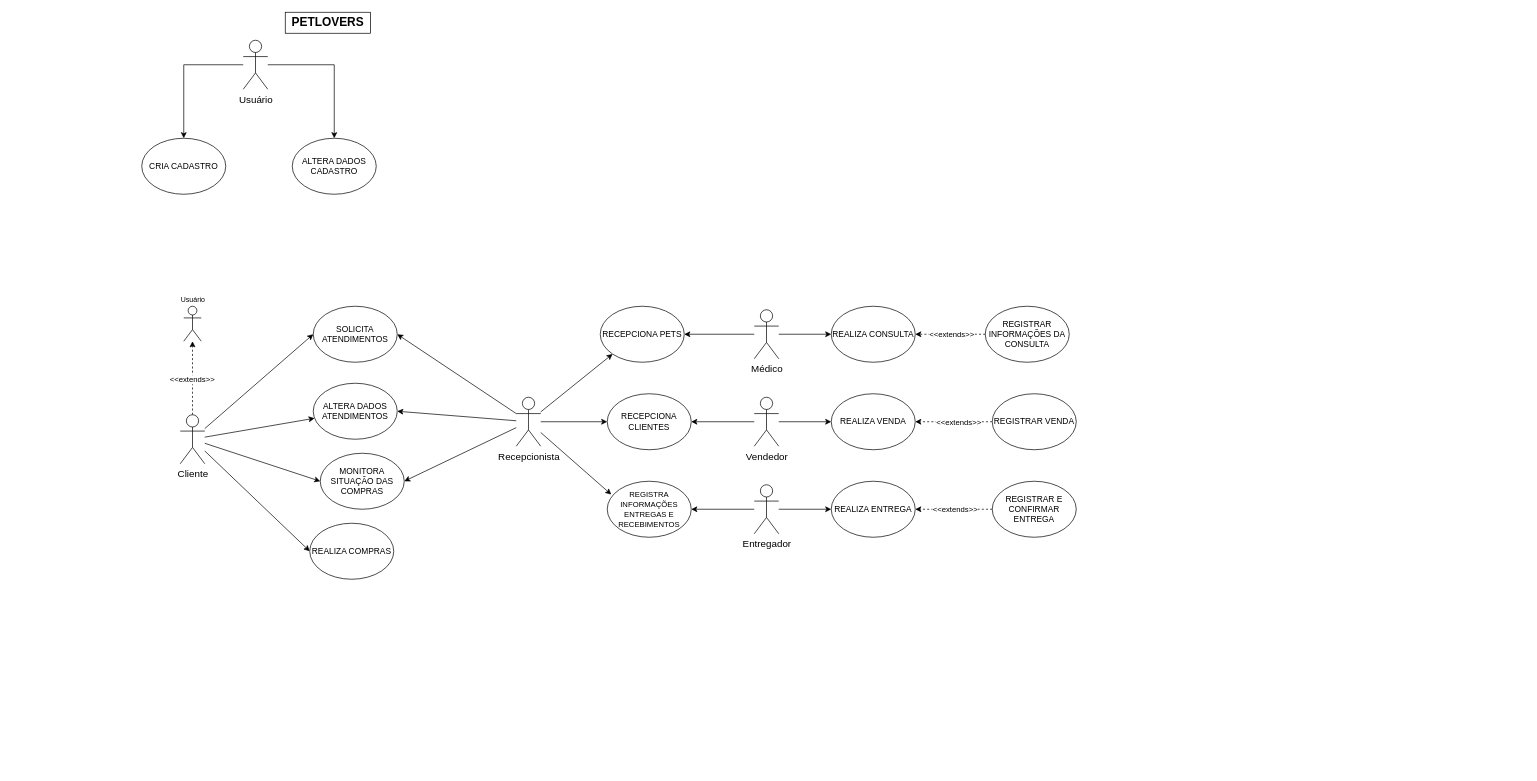
This is diagrams/use_case_diagram.drawio from MatheusFreitas98/PetLovers, a draw.io file, before an edit. Source tidied: cells renumbered, new cells numbered last; positions are measured from the earlier drawing's top-left corner, leaving out a move shared by most shapes. Both pictures are drawn from the tidied source at 70%, with x=0, y=0 at pixel (141, 12).
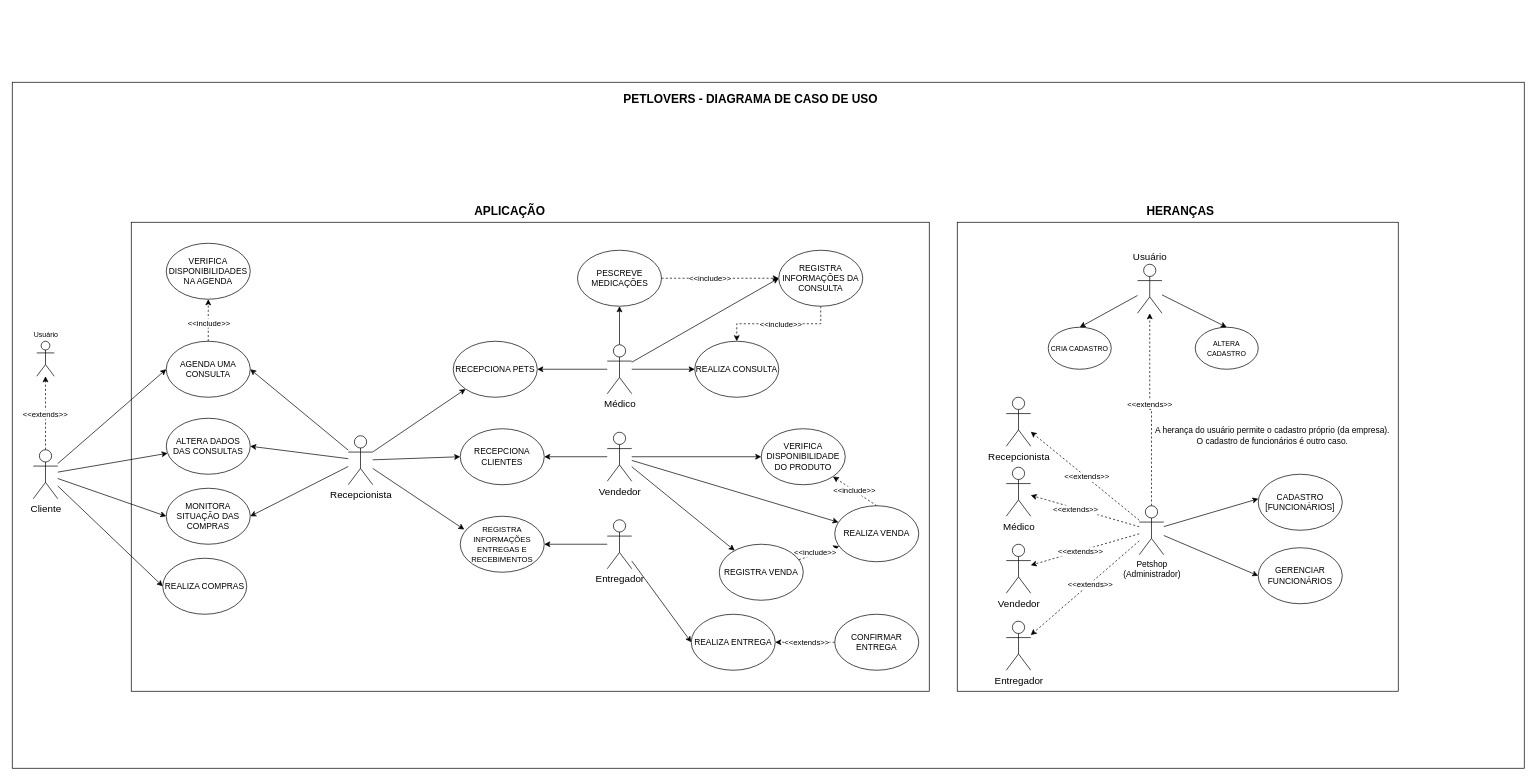
The same page after the edit.

Change to the diagram source:
```diff
@@
+    <mxCell id="51" style="rounded=0;whiteSpace=wrap;html=1;glass=0;fillColor=none;" parent="1" vertex="1">
+      <mxGeometry x="-185" y="100" width="2160" height="980" as="geometry" />
+    </mxCell>
+    <mxCell id="52" style="rounded=0;whiteSpace=wrap;html=1;glass=0;fillColor=none;" parent="1" vertex="1">
+      <mxGeometry x="1165" y="300" width="630" height="670" as="geometry" />
+    </mxCell>
+    <mxCell id="53" style="rounded=0;whiteSpace=wrap;html=1;glass=0;fillColor=none;" parent="1" vertex="1">
+      <mxGeometry x="-15" y="300" width="1140" height="670" as="geometry" />
+    </mxCell>
@@
     <mxCell id="8" value="&lt;font style=&quot;font-size: 14px;&quot;&gt;Cliente&lt;/font&gt;" style="shape=umlActor;verticalLabelPosition=bottom;verticalAlign=top;html=1;outlineConnect=0;strokeWidth=1;strokeColor=default;" parent="1" vertex="1">
-      <mxGeometry x="55" y="575" width="35" height="70" as="geometry" />
+      <mxGeometry x="-155" y="625" width="35" height="70" as="geometry" />
     </mxCell>
-    <mxCell id="9" value="CRIA CADASTRO" style="ellipse;whiteSpace=wrap;html=1;strokeWidth=1;strokeColor=default;" parent="1" vertex="1">
-      <mxGeometry y="180" width="120" height="80" as="geometry" />
+    <mxCell id="9" value="&lt;font style=&quot;font-size: 10px;&quot;&gt;CRIA CADASTRO&lt;/font&gt;" style="ellipse;whiteSpace=wrap;html=1;strokeWidth=1;strokeColor=default;" parent="1" vertex="1">
+      <mxGeometry x="1295" y="450" width="90" height="60" as="geometry" />
     </mxCell>
     <mxCell id="10" value="REALIZA COMPRAS" style="ellipse;whiteSpace=wrap;html=1;strokeWidth=1;strokeColor=default;" parent="1" vertex="1">
-      <mxGeometry x="240" y="730" width="120" height="80" as="geometry" />
+      <mxGeometry x="30" y="780" width="120" height="80" as="geometry" />
     </mxCell>
@@
     <mxCell id="17" value="&lt;span style=&quot;font-size: 14px;&quot;&gt;Recepcionista&lt;br&gt;&lt;/span&gt;" style="shape=umlActor;verticalLabelPosition=bottom;verticalAlign=top;html=1;outlineConnect=0;strokeWidth=1;strokeColor=default;" parent="1" vertex="1">
-      <mxGeometry x="535" y="550" width="35" height="70" as="geometry" />
+      <mxGeometry x="295" y="605" width="35" height="70" as="geometry" />
     </mxCell>
+    <mxCell id="54" style="edgeStyle=orthogonalEdgeStyle;rounded=0;jettySize=auto;html=1;entryX=0.5;entryY=1;entryDx=0;entryDy=0;dashed=1;" parent="1" edge="1" source="18" target="62">
+      <mxGeometry relative="1" as="geometry" />
+    </mxCell>
+    <mxCell id="55" value="&amp;lt;&amp;lt;include&amp;gt;&amp;gt;" style="edgeLabel;html=1;align=center;verticalAlign=middle;" parent="54" vertex="1">
+      <mxGeometry x="-0.09" relative="1" as="geometry" />
+    </mxCell>
-    <mxCell id="18" value="SOLICITA ATENDIMENTOS" style="ellipse;whiteSpace=wrap;html=1;strokeWidth=1;strokeColor=default;" parent="1" vertex="1">
-      <mxGeometry x="245" y="420" width="120" height="80" as="geometry" />
+    <mxCell id="18" value="AGENDA UMA CONSULTA" style="ellipse;whiteSpace=wrap;html=1;strokeWidth=1;strokeColor=default;" parent="1" vertex="1">
+      <mxGeometry x="35" y="470" width="120" height="80" as="geometry" />
     </mxCell>
-    <mxCell id="19" value="&lt;font style=&quot;font-size: 17px;&quot;&gt;&lt;b&gt;PETLOVERS&lt;/b&gt;&lt;/font&gt;" style="text;html=1;strokeColor=default;fillColor=none;align=center;verticalAlign=middle;whiteSpace=wrap;rounded=0;strokeWidth=1;" parent="1" vertex="1">
-      <mxGeometry x="205" width="122" height="30" as="geometry" />
+    <mxCell id="19" value="&lt;span style=&quot;font-size: 17px;&quot;&gt;&lt;b&gt;APLICAÇÃO&lt;/b&gt;&lt;/span&gt;" style="text;html=1;strokeColor=none;fillColor=none;align=center;verticalAlign=middle;whiteSpace=wrap;rounded=0;strokeWidth=1;" parent="1" vertex="1">
+      <mxGeometry x="465" y="270" width="122" height="30" as="geometry" />
     </mxCell>
-    <mxCell id="20" value="ALTERA DADOS CADASTRO" style="ellipse;whiteSpace=wrap;html=1;strokeWidth=1;strokeColor=default;" parent="1" vertex="1">
-      <mxGeometry x="215" y="180" width="120" height="80" as="geometry" />
+    <mxCell id="20" value="&lt;font style=&quot;font-size: 10px;&quot;&gt;ALTERA CADASTRO&lt;/font&gt;" style="ellipse;whiteSpace=wrap;html=1;strokeWidth=1;strokeColor=default;" parent="1" vertex="1">
+      <mxGeometry x="1505" y="450" width="90" height="60" as="geometry" />
     </mxCell>
     <mxCell id="21" value="&lt;font style=&quot;font-size: 11px;&quot;&gt;REGISTRA INFORMAÇÕES ENTREGAS E RECEBIMENTOS&lt;/font&gt;" style="ellipse;whiteSpace=wrap;html=1;strokeWidth=1;strokeColor=default;" parent="1" vertex="1">
-      <mxGeometry x="665" y="670" width="120" height="80" as="geometry" />
+      <mxGeometry x="455" y="720" width="120" height="80" as="geometry" />
     </mxCell>
@@
+    <mxCell id="56" style="rounded=0;jettySize=auto;html=1;entryX=0;entryY=0.5;entryDx=0;entryDy=0;" parent="1" edge="1" source="24" target="46">
+      <mxGeometry relative="1" as="geometry" />
+    </mxCell>
+    <mxCell id="57" style="edgeStyle=orthogonalEdgeStyle;rounded=0;jettySize=auto;html=1;" parent="1" edge="1" source="24" target="66">
+      <mxGeometry relative="1" as="geometry" />
+    </mxCell>
     <mxCell id="24" value="&lt;font style=&quot;font-size: 14px;&quot;&gt;Médico&lt;/font&gt;" style="shape=umlActor;verticalLabelPosition=bottom;verticalAlign=top;html=1;outlineConnect=0;strokeWidth=1;strokeColor=default;" parent="1" vertex="1">
-      <mxGeometry x="875" y="425" width="35" height="70" as="geometry" />
+      <mxGeometry x="665" y="475" width="35" height="70" as="geometry" />
     </mxCell>
@@
+    <mxCell id="58" style="rounded=0;jettySize=auto;html=1;" parent="1" edge="1" source="27" target="43">
+      <mxGeometry relative="1" as="geometry" />
+    </mxCell>
+    <mxCell id="59" style="rounded=0;jettySize=auto;html=1;entryX=0;entryY=0.5;entryDx=0;entryDy=0;" parent="1" edge="1" source="27" target="67">
+      <mxGeometry relative="1" as="geometry" />
+    </mxCell>
     <mxCell id="27" value="&lt;font style=&quot;font-size: 14px;&quot;&gt;Vendedor&lt;/font&gt;" style="shape=umlActor;verticalLabelPosition=bottom;verticalAlign=top;html=1;outlineConnect=0;strokeWidth=1;strokeColor=default;" parent="1" vertex="1">
-      <mxGeometry x="875" y="550" width="35" height="70" as="geometry" />
+      <mxGeometry x="665" y="600" width="35" height="70" as="geometry" />
     </mxCell>
-    <mxCell id="28" value="ALTERA DADOS ATENDIMENTOS" style="ellipse;whiteSpace=wrap;html=1;strokeWidth=1;strokeColor=default;" parent="1" vertex="1">
-      <mxGeometry x="245" y="530" width="120" height="80" as="geometry" />
+    <mxCell id="28" value="ALTERA DADOS DAS CONSULTAS" style="ellipse;whiteSpace=wrap;html=1;strokeWidth=1;strokeColor=default;" parent="1" vertex="1">
+      <mxGeometry x="35" y="580" width="120" height="80" as="geometry" />
     </mxCell>
-    <mxCell id="29" style="edgeStyle=orthogonalEdgeStyle;rounded=0;jettySize=auto;html=1;strokeWidth=1;strokeColor=default;" parent="1" edge="1" source="31" target="20">
+    <mxCell id="29" style="rounded=0;jettySize=auto;html=1;strokeWidth=1;strokeColor=default;entryX=0.5;entryY=0;entryDx=0;entryDy=0;" parent="1" edge="1" source="31" target="20">
       <mxGeometry relative="1" as="geometry" />
     </mxCell>
-    <mxCell id="30" style="edgeStyle=orthogonalEdgeStyle;rounded=0;jettySize=auto;html=1;entryX=0.5;entryY=0;entryDx=0;entryDy=0;strokeWidth=1;strokeColor=default;" parent="1" edge="1" source="31" target="9">
+    <mxCell id="30" style="rounded=0;jettySize=auto;html=1;entryX=0.5;entryY=0;entryDx=0;entryDy=0;strokeWidth=1;strokeColor=default;" parent="1" edge="1" source="31" target="9">
       <mxGeometry relative="1" as="geometry" />
     </mxCell>
-    <mxCell id="31" value="&lt;font style=&quot;font-size: 14px;&quot;&gt;Usuário&lt;/font&gt;" style="shape=umlActor;verticalLabelPosition=bottom;verticalAlign=top;html=1;outlineConnect=0;strokeWidth=1;strokeColor=default;" parent="1" vertex="1">
-      <mxGeometry x="145" y="40" width="35" height="70" as="geometry" />
+    <mxCell id="31" value="&lt;font style=&quot;font-size: 14px;&quot;&gt;Usuário&lt;/font&gt;" style="shape=umlActor;verticalLabelPosition=top;verticalAlign=bottom;html=1;outlineConnect=0;strokeWidth=1;strokeColor=default;labelPosition=center;align=center;" parent="1" vertex="1">
+      <mxGeometry x="1422.5" y="360" width="35" height="70" as="geometry" />
     </mxCell>
     <mxCell id="32" value="RECEPCIONA CLIENTES" style="ellipse;whiteSpace=wrap;html=1;strokeWidth=1;strokeColor=default;" parent="1" vertex="1">
-      <mxGeometry x="665" y="545" width="120" height="80" as="geometry" />
+      <mxGeometry x="455" y="595" width="120" height="80" as="geometry" />
     </mxCell>
     <mxCell id="33" value="MONITORA SITUAÇÃO DAS COMPRAS" style="ellipse;whiteSpace=wrap;html=1;strokeWidth=1;strokeColor=default;" parent="1" vertex="1">
-      <mxGeometry x="255" y="630" width="120" height="80" as="geometry" />
+      <mxGeometry x="35" y="680" width="120" height="80" as="geometry" />
     </mxCell>
-    <mxCell id="34" style="edgeStyle=orthogonalEdgeStyle;rounded=0;jettySize=auto;html=1;entryX=0;entryY=0.5;entryDx=0;entryDy=0;" parent="1" edge="1" source="36" target="40">
+    <mxCell id="34" style="rounded=0;jettySize=auto;html=1;entryX=0;entryY=0.5;entryDx=0;entryDy=0;" parent="1" edge="1" source="36" target="40">
       <mxGeometry relative="1" as="geometry" />
     </mxCell>
@@
     <mxCell id="36" value="&lt;span style=&quot;font-size: 14px;&quot;&gt;Entregador&lt;br&gt;&lt;/span&gt;" style="shape=umlActor;verticalLabelPosition=bottom;verticalAlign=top;html=1;outlineConnect=0;strokeWidth=1;strokeColor=default;" parent="1" vertex="1">
-      <mxGeometry x="875" y="675" width="35" height="70" as="geometry" />
+      <mxGeometry x="665" y="725" width="35" height="70" as="geometry" />
     </mxCell>
     <mxCell id="37" value="RECEPCIONA PETS" style="ellipse;whiteSpace=wrap;html=1;strokeWidth=1;strokeColor=default;" parent="1" vertex="1">
-      <mxGeometry x="655" y="420" width="120" height="80" as="geometry" />
+      <mxGeometry x="445" y="470" width="120" height="80" as="geometry" />
     </mxCell>
     <mxCell id="38" value="REALIZA CONSULTA" style="ellipse;whiteSpace=wrap;html=1;strokeWidth=1;strokeColor=default;" parent="1" vertex="1">
-      <mxGeometry x="985" y="420" width="120" height="80" as="geometry" />
+      <mxGeometry x="790" y="470" width="120" height="80" as="geometry" />
     </mxCell>
+    <mxCell id="60" style="rounded=0;jettySize=auto;html=1;exitX=0.5;exitY=0;exitDx=0;exitDy=0;dashed=1;" parent="1" edge="1" source="39" target="67">
+      <mxGeometry relative="1" as="geometry" />
+    </mxCell>
+    <mxCell id="61" value="&amp;lt;&amp;lt;include&amp;gt;&amp;gt;" style="edgeLabel;html=1;align=center;verticalAlign=middle;" parent="60" vertex="1">
+      <mxGeometry x="0.03" relative="1" as="geometry" />
+    </mxCell>
     <mxCell id="39" value="REALIZA VENDA" style="ellipse;whiteSpace=wrap;html=1;strokeWidth=1;strokeColor=default;" parent="1" vertex="1">
-      <mxGeometry x="985" y="545" width="120" height="80" as="geometry" />
+      <mxGeometry x="990" y="705" width="120" height="80" as="geometry" />
     </mxCell>
     <mxCell id="40" value="REALIZA ENTREGA" style="ellipse;whiteSpace=wrap;html=1;strokeWidth=1;strokeColor=default;" parent="1" vertex="1">
-      <mxGeometry x="985" y="670" width="120" height="80" as="geometry" />
+      <mxGeometry x="785" y="860" width="120" height="80" as="geometry" />
     </mxCell>
-    <mxCell id="41" style="rounded=0;jettySize=auto;html=1;entryX=1;entryY=0.5;entryDx=0;entryDy=0;dashed=1;" parent="1" edge="1" source="43" target="39">
+    <mxCell id="41" style="rounded=0;jettySize=auto;html=1;dashed=1;" parent="1" edge="1" source="43" target="39">
       <mxGeometry relative="1" as="geometry" />
     </mxCell>
-    <mxCell id="42" value="&amp;lt;&amp;lt;extends&amp;gt;&amp;gt;" style="edgeLabel;html=1;align=center;verticalAlign=middle;" parent="41" vertex="1">
+    <mxCell id="42" value="&amp;lt;&amp;lt;include&amp;gt;&amp;gt;" style="edgeLabel;html=1;align=center;verticalAlign=middle;" parent="41" vertex="1">
       <mxGeometry x="0.07" relative="1" as="geometry">
-        <mxPoint x="10" as="offset" />
+        <mxPoint x="-8" as="offset" />
       </mxGeometry>
     </mxCell>
-    <mxCell id="43" value="REGISTRAR VENDA" style="ellipse;whiteSpace=wrap;html=1;strokeWidth=1;strokeColor=default;" parent="1" vertex="1">
-      <mxGeometry x="1215" y="545" width="120" height="80" as="geometry" />
+    <mxCell id="43" value="REGISTRA VENDA" style="ellipse;whiteSpace=wrap;html=1;strokeWidth=1;strokeColor=default;" parent="1" vertex="1">
+      <mxGeometry x="825" y="760" width="120" height="80" as="geometry" />
     </mxCell>
-    <mxCell id="44" style="edgeStyle=orthogonalEdgeStyle;rounded=0;jettySize=auto;html=1;entryX=1;entryY=0.5;entryDx=0;entryDy=0;dashed=1;" parent="1" edge="1" source="46" target="38">
+    <mxCell id="44" style="edgeStyle=orthogonalEdgeStyle;rounded=0;jettySize=auto;html=1;entryX=0.5;entryY=0;entryDx=0;entryDy=0;dashed=1;" parent="1" edge="1" source="46" target="38">
       <mxGeometry relative="1" as="geometry" />
     </mxCell>
-    <mxCell id="45" value="&amp;lt;&amp;lt;extends&amp;gt;&amp;gt;" style="edgeLabel;html=1;align=center;verticalAlign=middle;" parent="44" vertex="1">
+    <mxCell id="45" value="&amp;lt;&amp;lt;include&amp;gt;&amp;gt;" style="edgeLabel;html=1;align=center;verticalAlign=middle;" parent="44" vertex="1">
       <mxGeometry x="-0.04" relative="1" as="geometry">
         <mxPoint x="-1" as="offset" />
       </mxGeometry>
     </mxCell>
-    <mxCell id="46" value="REGISTRAR INFORMAÇÕES DA CONSULTA" style="ellipse;whiteSpace=wrap;html=1;strokeWidth=1;strokeColor=default;" parent="1" vertex="1">
-      <mxGeometry x="1205" y="420" width="120" height="80" as="geometry" />
+    <mxCell id="46" value="REGISTRA INFORMAÇÕES DA CONSULTA" style="ellipse;whiteSpace=wrap;html=1;strokeWidth=1;strokeColor=default;" parent="1" vertex="1">
+      <mxGeometry x="910" y="340" width="120" height="80" as="geometry" />
     </mxCell>
     <mxCell id="47" value="&lt;font style=&quot;font-size: 10px;&quot;&gt;Usuário&lt;/font&gt;" style="shape=umlActor;verticalLabelPosition=top;verticalAlign=bottom;html=1;outlineConnect=0;strokeWidth=1;strokeColor=default;labelPosition=center;align=center;" parent="1" vertex="1">
-      <mxGeometry x="60" y="420" width="25" height="50" as="geometry" />
+      <mxGeometry x="-150" y="470" width="25" height="50" as="geometry" />
     </mxCell>
@@
-    <mxCell id="50" value="REGISTRAR E CONFIRMAR ENTREGA" style="ellipse;whiteSpace=wrap;html=1;strokeWidth=1;strokeColor=default;" parent="1" vertex="1">
-      <mxGeometry x="1215" y="670" width="120" height="80" as="geometry" />
+    <mxCell id="50" value="CONFIRMAR ENTREGA" style="ellipse;whiteSpace=wrap;html=1;strokeWidth=1;strokeColor=default;" parent="1" vertex="1">
+      <mxGeometry x="990" y="860" width="120" height="80" as="geometry" />
     </mxCell>
+    <mxCell id="62" value="VERIFICA DISPONIBILIDADES NA AGENDA" style="ellipse;whiteSpace=wrap;html=1;strokeWidth=1;strokeColor=default;" parent="1" vertex="1">
+      <mxGeometry x="35" y="330" width="120" height="80" as="geometry" />
+    </mxCell>
+    <mxCell id="63" value="&lt;span style=&quot;font-size: 17px;&quot;&gt;&lt;b&gt;PETLOVERS - DIAGRAMA DE CASO DE USO&lt;/b&gt;&lt;/span&gt;" style="text;html=1;strokeColor=none;fillColor=none;align=center;verticalAlign=middle;whiteSpace=wrap;rounded=0;strokeWidth=1;" parent="1" vertex="1">
+      <mxGeometry x="575" y="110" width="590" height="30" as="geometry" />
+    </mxCell>
+    <mxCell id="64" style="edgeStyle=orthogonalEdgeStyle;rounded=0;jettySize=auto;html=1;entryX=0;entryY=0.5;entryDx=0;entryDy=0;dashed=1;" parent="1" edge="1" source="66" target="46">
+      <mxGeometry relative="1" as="geometry" />
+    </mxCell>
+    <mxCell id="65" value="&amp;lt;&amp;lt;include&amp;gt;&amp;gt;" style="edgeLabel;html=1;align=center;verticalAlign=middle;" parent="64" vertex="1">
+      <mxGeometry x="-0.18" y="1" relative="1" as="geometry" />
+    </mxCell>
+    <mxCell id="66" value="PESCREVE MEDICAÇÕES" style="ellipse;whiteSpace=wrap;html=1;strokeWidth=1;strokeColor=default;" parent="1" vertex="1">
+      <mxGeometry x="622.5" y="340" width="120" height="80" as="geometry" />
+    </mxCell>
+    <mxCell id="67" value="VERIFICA DISPONIBILIDADE DO PRODUTO" style="ellipse;whiteSpace=wrap;html=1;strokeWidth=1;strokeColor=default;" parent="1" vertex="1">
+      <mxGeometry x="885" y="595" width="120" height="80" as="geometry" />
+    </mxCell>
+    <mxCell id="68" value="&lt;font style=&quot;font-size: 14px;&quot;&gt;Médico&lt;/font&gt;" style="shape=umlActor;verticalLabelPosition=bottom;verticalAlign=top;html=1;outlineConnect=0;strokeWidth=1;strokeColor=default;" parent="1" vertex="1">
+      <mxGeometry x="1235" y="650" width="35" height="70" as="geometry" />
+    </mxCell>
+    <mxCell id="69" value="&lt;font style=&quot;font-size: 14px;&quot;&gt;Vendedor&lt;/font&gt;" style="shape=umlActor;verticalLabelPosition=bottom;verticalAlign=top;html=1;outlineConnect=0;strokeWidth=1;strokeColor=default;" parent="1" vertex="1">
+      <mxGeometry x="1235" y="760" width="35" height="70" as="geometry" />
+    </mxCell>
+    <mxCell id="70" value="&lt;span style=&quot;font-size: 14px;&quot;&gt;Entregador&lt;br&gt;&lt;/span&gt;" style="shape=umlActor;verticalLabelPosition=bottom;verticalAlign=top;html=1;outlineConnect=0;strokeWidth=1;strokeColor=default;" parent="1" vertex="1">
+      <mxGeometry x="1235" y="870" width="35" height="70" as="geometry" />
+    </mxCell>
+    <mxCell id="71" value="&lt;span style=&quot;font-size: 14px;&quot;&gt;Recepcionista&lt;br&gt;&lt;/span&gt;" style="shape=umlActor;verticalLabelPosition=bottom;verticalAlign=top;html=1;outlineConnect=0;strokeWidth=1;strokeColor=default;" parent="1" vertex="1">
+      <mxGeometry x="1235" y="550" width="35" height="70" as="geometry" />
+    </mxCell>
+    <mxCell id="72" style="rounded=0;jettySize=auto;html=1;dashed=1;" parent="1" edge="1" source="83" target="71">
+      <mxGeometry relative="1" as="geometry" />
+    </mxCell>
+    <mxCell id="73" value="&amp;lt;&amp;lt;extends&amp;gt;&amp;gt;" style="edgeLabel;html=1;align=center;verticalAlign=middle;" parent="72" vertex="1">
+      <mxGeometry x="-0.02" y="-1" relative="1" as="geometry" />
+    </mxCell>
+    <mxCell id="74" style="rounded=0;jettySize=auto;html=1;dashed=1;" parent="1" edge="1" source="83" target="68">
+      <mxGeometry relative="1" as="geometry" />
+    </mxCell>
+    <mxCell id="75" value="&amp;lt;&amp;lt;extends&amp;gt;&amp;gt;" style="edgeLabel;html=1;align=center;verticalAlign=middle;" parent="74" vertex="1">
+      <mxGeometry x="0.18" y="2" relative="1" as="geometry" />
+    </mxCell>
+    <mxCell id="76" style="rounded=0;jettySize=auto;html=1;dashed=1;" parent="1" edge="1" source="83" target="69">
+      <mxGeometry relative="1" as="geometry" />
+    </mxCell>
+    <mxCell id="77" value="&amp;lt;&amp;lt;extends&amp;gt;&amp;gt;" style="edgeLabel;html=1;align=center;verticalAlign=middle;" parent="76" vertex="1">
+      <mxGeometry x="0.09" y="1" relative="1" as="geometry" />
+    </mxCell>
+    <mxCell id="78" style="rounded=0;jettySize=auto;html=1;dashed=1;" parent="1" edge="1" source="83" target="70">
+      <mxGeometry relative="1" as="geometry" />
+    </mxCell>
+    <mxCell id="79" value="&amp;lt;&amp;lt;extends&amp;gt;&amp;gt;" style="edgeLabel;html=1;align=center;verticalAlign=middle;" parent="78" vertex="1">
+      <mxGeometry x="-0.08" y="1" relative="1" as="geometry" />
+    </mxCell>
+    <mxCell id="80" style="rounded=0;jettySize=auto;html=1;entryX=0;entryY=0.5;entryDx=0;entryDy=0;" parent="1" edge="1" source="83" target="86">
+      <mxGeometry relative="1" as="geometry" />
+    </mxCell>
+    <mxCell id="81" style="edgeStyle=orthogonalEdgeStyle;rounded=0;jettySize=auto;html=1;dashed=1;" parent="1" edge="1" source="83" target="31">
+      <mxGeometry relative="1" as="geometry" />
+    </mxCell>
+    <mxCell id="82" value="&amp;lt;&amp;lt;extends&amp;gt;&amp;gt;" style="edgeLabel;html=1;align=center;verticalAlign=middle;" parent="81" vertex="1">
+      <mxGeometry x="0.07" y="1" relative="1" as="geometry" />
+    </mxCell>
+    <mxCell id="83" value="Petshop&lt;br&gt;(Administrador)" style="shape=umlActor;verticalLabelPosition=bottom;verticalAlign=top;html=1;outlineConnect=0;strokeWidth=1;strokeColor=default;" parent="1" vertex="1">
+      <mxGeometry x="1425" y="705" width="35" height="70" as="geometry" />
+    </mxCell>
+    <mxCell id="84" value="CADASTRO [FUNCIONÁRIOS]" style="ellipse;whiteSpace=wrap;html=1;strokeWidth=1;strokeColor=default;" parent="1" vertex="1">
+      <mxGeometry x="1595" y="660" width="120" height="80" as="geometry" />
+    </mxCell>
+    <mxCell id="85" style="rounded=0;jettySize=auto;html=1;entryX=0.001;entryY=0.438;entryDx=0;entryDy=0;entryPerimeter=0;" parent="1" edge="1" source="83" target="84">
+      <mxGeometry relative="1" as="geometry" />
+    </mxCell>
+    <mxCell id="86" value="GERENCIAR FUNCIONÁRIOS" style="ellipse;whiteSpace=wrap;html=1;strokeWidth=1;strokeColor=default;" parent="1" vertex="1">
+      <mxGeometry x="1595" y="765" width="120" height="80" as="geometry" />
+    </mxCell>
+    <mxCell id="87" value="A herança do usuário permite o cadastro próprio (da empresa).&lt;br&gt;O cadastro de funcionários é outro caso." style="text;html=1;align=center;verticalAlign=middle;strokeColor=none;fillColor=none;" parent="1" vertex="1">
+      <mxGeometry x="1435" y="585" width="360" height="40" as="geometry" />
+    </mxCell>
+    <mxCell id="88" value="&lt;span style=&quot;font-size: 17px;&quot;&gt;&lt;b&gt;HERANÇAS&lt;/b&gt;&lt;/span&gt;" style="text;html=1;strokeColor=none;fillColor=none;align=center;verticalAlign=middle;whiteSpace=wrap;rounded=0;strokeWidth=1;" parent="1" vertex="1">
+      <mxGeometry x="1422.5" y="270" width="122" height="30" as="geometry" />
+    </mxCell>
```
